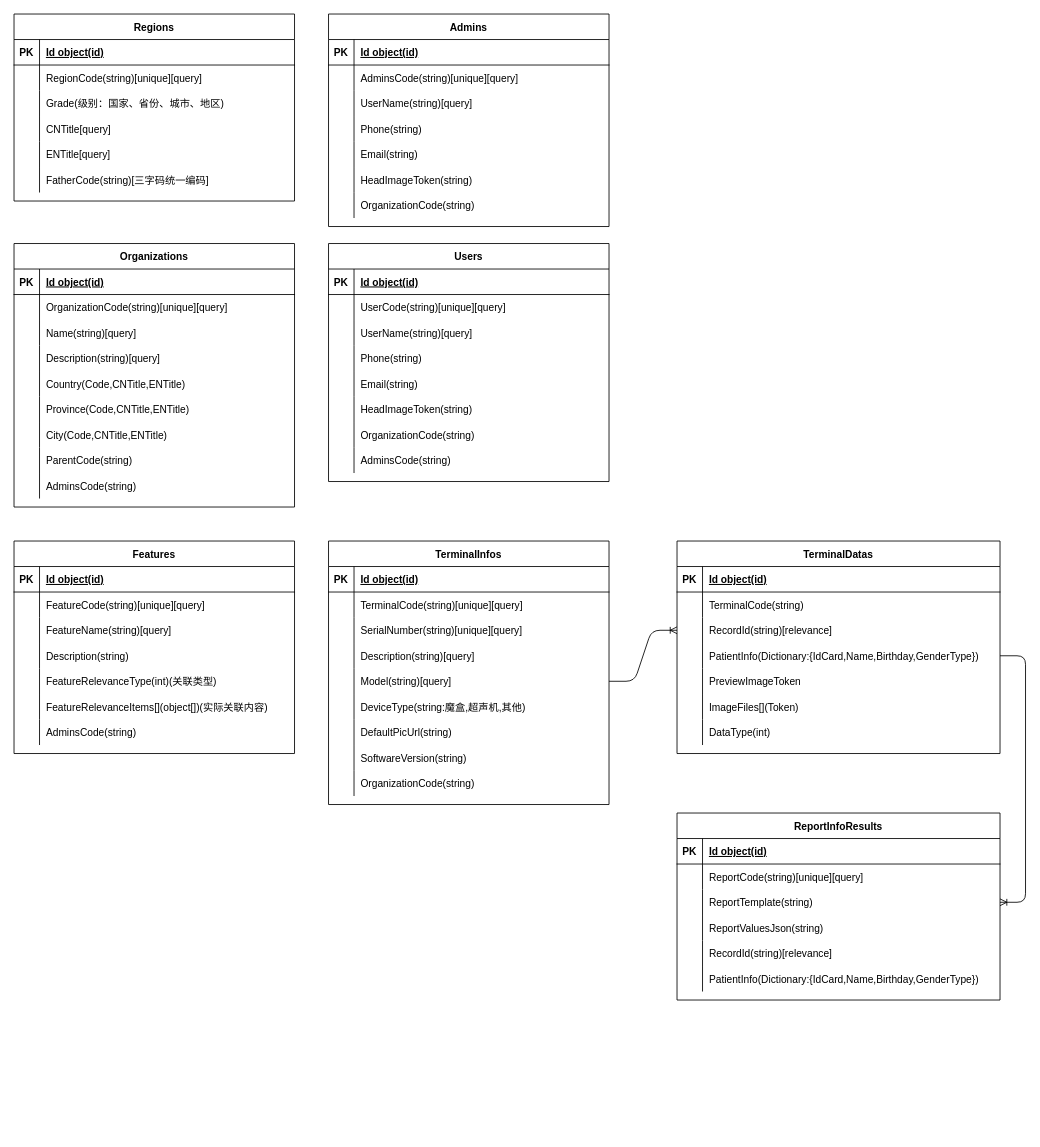
The draw.io diagram Untitled Diagram.drawio in qwb2013/Xamarin-iOSTips, before the edit. Source tidied: cells renumbered, new cells numbered last; positions are measured from the earlier drawing's top-left corner, leaving out a move shared by most shapes. Both pictures are drawn from the tidied source at 85%, with x=0, y=0 at pixel (14, 14).
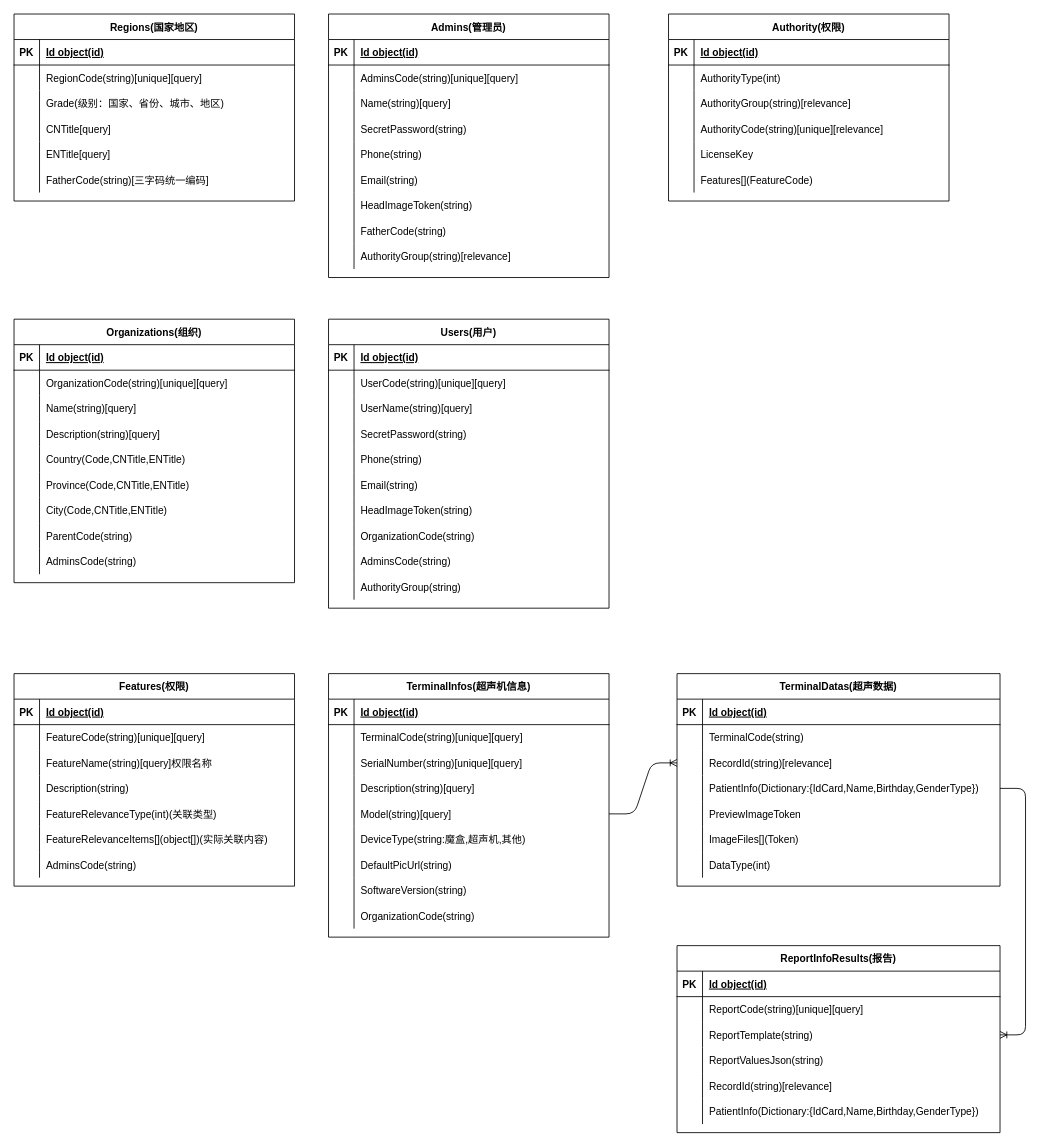
After the change.

The change refers to these unchanged cells:
```xml
<mxCell id="106" style="shape=partialRectangle;fillColor=none;top=0;left=0;right=0;bottom=0;" parent="99" vertex="1">
  <mxGeometry y="90" width="330" height="30" as="geometry" />
</mxCell>
<mxCell id="128" style="shape=partialRectangle;fillColor=none;top=0;left=0;right=0;bottom=0;" parent="121" vertex="1">
  <mxGeometry y="90" width="330" height="30" as="geometry" />
</mxCell>
```

What changed in the source:
```diff
@@
-    <mxCell id="2" value="TerminalInfos" style="shape=table;startSize=30;childLayout=tableLayout;rowLines=0;fontStyle=1;align=center;" parent="1" vertex="1">
-      <mxGeometry x="370" y="620" width="330" height="310" as="geometry" />
+    <mxCell id="2" value="TerminalInfos(超声机信息)" style="shape=table;startSize=30;childLayout=tableLayout;rowLines=0;fontStyle=1;align=center;" parent="1" vertex="1">
+      <mxGeometry x="370" y="776" width="330" height="310" as="geometry" />
     </mxCell>
@@
-    <mxCell id="30" value="Regions" style="shape=table;startSize=30;childLayout=tableLayout;rowLines=0;fontStyle=1;align=center;" parent="1" vertex="1">
+    <mxCell id="30" value="Regions(国家地区)" style="shape=table;startSize=30;childLayout=tableLayout;rowLines=0;fontStyle=1;align=center;" parent="1" vertex="1">
       <mxGeometry width="330" height="220" as="geometry" />
     </mxCell>
@@
-    <mxCell id="49" value="Organizations" style="shape=table;startSize=30;childLayout=tableLayout;rowLines=0;fontStyle=1;align=center;" parent="1" vertex="1">
-      <mxGeometry y="270" width="330" height="310" as="geometry" />
+    <mxCell id="49" value="Organizations(组织)" style="shape=table;startSize=30;childLayout=tableLayout;rowLines=0;fontStyle=1;align=center;" parent="1" vertex="1">
+      <mxGeometry y="359" width="330" height="310" as="geometry" />
     </mxCell>
@@
-    <mxCell id="77" value="TerminalDatas" style="shape=table;startSize=30;childLayout=tableLayout;rowLines=0;fontStyle=1;align=center;" parent="1" vertex="1">
-      <mxGeometry x="780" y="620" width="380" height="250" as="geometry" />
+    <mxCell id="77" value="TerminalDatas(超声数据)" style="shape=table;startSize=30;childLayout=tableLayout;rowLines=0;fontStyle=1;align=center;" parent="1" vertex="1">
+      <mxGeometry x="780" y="776" width="380" height="250" as="geometry" />
     </mxCell>
@@
-    <mxCell id="99" value="Admins" style="shape=table;startSize=30;childLayout=tableLayout;rowLines=0;fontStyle=1;align=center;" parent="1" vertex="1">
-      <mxGeometry x="370" width="330" height="250" as="geometry" />
+    <mxCell id="99" value="Admins(管理员)" style="shape=table;startSize=30;childLayout=tableLayout;rowLines=0;fontStyle=1;align=center;" parent="1" vertex="1">
+      <mxGeometry x="370" width="330" height="310" as="geometry" />
     </mxCell>
@@
-    <mxCell id="108" value="UserName(string)[query]" style="shape=partialRectangle;overflow=hidden;fillColor=none;top=0;left=0;bottom=0;right=0;align=left;spacingLeft=6;" parent="106" vertex="1">
+    <mxCell id="108" value="Name(string)[query]" style="shape=partialRectangle;overflow=hidden;fillColor=none;top=0;left=0;bottom=0;right=0;align=left;spacingLeft=6;" parent="106" vertex="1">
       <mxGeometry x="30" width="300" height="30" as="geometry" />
     </mxCell>
+    <mxCell id="189" style="shape=partialRectangle;fillColor=none;top=0;left=0;right=0;bottom=0;" parent="99" vertex="1">
+      <mxGeometry y="120" width="330" height="30" as="geometry" />
+    </mxCell>
+    <mxCell id="190" style="shape=partialRectangle;overflow=hidden;fillColor=none;top=0;left=0;bottom=0;right=0;" parent="189" vertex="1">
+      <mxGeometry width="30" height="30" as="geometry" />
+    </mxCell>
+    <mxCell id="191" value="SecretPassword(string)" style="shape=partialRectangle;overflow=hidden;fillColor=none;top=0;left=0;bottom=0;right=0;align=left;spacingLeft=6;" parent="189" vertex="1">
+      <mxGeometry x="30" width="300" height="30" as="geometry" />
+    </mxCell>
     <mxCell id="109" style="shape=partialRectangle;fillColor=none;top=0;left=0;right=0;bottom=0;" parent="99" vertex="1">
-      <mxGeometry y="120" width="330" height="30" as="geometry" />
+      <mxGeometry y="150" width="330" height="30" as="geometry" />
     </mxCell>
@@
     <mxCell id="112" style="shape=partialRectangle;fillColor=none;top=0;left=0;right=0;bottom=0;" parent="99" vertex="1">
-      <mxGeometry y="150" width="330" height="30" as="geometry" />
+      <mxGeometry y="180" width="330" height="30" as="geometry" />
     </mxCell>
@@
     <mxCell id="115" style="shape=partialRectangle;fillColor=none;top=0;left=0;right=0;bottom=0;" parent="99" vertex="1">
-      <mxGeometry y="180" width="330" height="30" as="geometry" />
+      <mxGeometry y="210" width="330" height="30" as="geometry" />
     </mxCell>
@@
     <mxCell id="118" style="shape=partialRectangle;fillColor=none;top=0;left=0;right=0;bottom=0;" parent="99" vertex="1">
-      <mxGeometry y="210" width="330" height="30" as="geometry" />
+      <mxGeometry y="240" width="330" height="30" as="geometry" />
     </mxCell>
@@
-    <mxCell id="120" value="OrganizationCode(string)" style="shape=partialRectangle;overflow=hidden;fillColor=none;top=0;left=0;bottom=0;right=0;align=left;spacingLeft=6;" parent="118" vertex="1">
+    <mxCell id="120" value="FatherCode(string)" style="shape=partialRectangle;overflow=hidden;fillColor=none;top=0;left=0;bottom=0;right=0;align=left;spacingLeft=6;" parent="118" vertex="1">
       <mxGeometry x="30" width="300" height="30" as="geometry" />
     </mxCell>
+    <mxCell id="192" style="shape=partialRectangle;fillColor=none;top=0;left=0;right=0;bottom=0;" parent="99" vertex="1">
+      <mxGeometry y="270" width="330" height="30" as="geometry" />
+    </mxCell>
+    <mxCell id="193" style="shape=partialRectangle;overflow=hidden;fillColor=none;top=0;left=0;bottom=0;right=0;" parent="192" vertex="1">
+      <mxGeometry width="30" height="30" as="geometry" />
+    </mxCell>
+    <mxCell id="194" value="AuthorityGroup(string)[relevance]" style="shape=partialRectangle;overflow=hidden;fillColor=none;top=0;left=0;bottom=0;right=0;align=left;spacingLeft=6;" parent="192" vertex="1">
+      <mxGeometry x="30" width="300" height="30" as="geometry" />
+    </mxCell>
-    <mxCell id="121" value="Features" style="shape=table;startSize=30;childLayout=tableLayout;rowLines=0;fontStyle=1;align=center;" parent="1" vertex="1">
-      <mxGeometry y="620" width="330" height="250" as="geometry" />
+    <mxCell id="121" value="Features(权限)" style="shape=table;startSize=30;childLayout=tableLayout;rowLines=0;fontStyle=1;align=center;" parent="1" vertex="1">
+      <mxGeometry y="776" width="330" height="250" as="geometry" />
     </mxCell>
@@
-    <mxCell id="130" value="FeatureName(string)[query]" style="shape=partialRectangle;overflow=hidden;fillColor=none;top=0;left=0;bottom=0;right=0;align=left;spacingLeft=6;" parent="128" vertex="1">
+    <mxCell id="130" value="FeatureName(string)[query]权限名称" style="shape=partialRectangle;overflow=hidden;fillColor=none;top=0;left=0;bottom=0;right=0;align=left;spacingLeft=6;" parent="128" vertex="1">
       <mxGeometry x="30" width="300" height="30" as="geometry" />
     </mxCell>
@@
-    <mxCell id="143" value="ReportInfoResults" style="shape=table;startSize=30;childLayout=tableLayout;rowLines=0;fontStyle=1;align=center;" parent="1" vertex="1">
-      <mxGeometry x="780" y="940" width="380" height="220" as="geometry" />
+    <mxCell id="143" value="ReportInfoResults(报告)" style="shape=table;startSize=30;childLayout=tableLayout;rowLines=0;fontStyle=1;align=center;" parent="1" vertex="1">
+      <mxGeometry x="780" y="1096" width="380" height="220" as="geometry" />
     </mxCell>
@@
-    <mxCell id="162" value="Users" style="shape=table;startSize=30;childLayout=tableLayout;rowLines=0;fontStyle=1;align=center;" parent="1" vertex="1">
-      <mxGeometry x="370" y="270" width="330" height="280" as="geometry" />
+    <mxCell id="162" value="Users(用户)" style="shape=table;startSize=30;childLayout=tableLayout;rowLines=0;fontStyle=1;align=center;" parent="1" vertex="1">
+      <mxGeometry x="370" y="359" width="330" height="340" as="geometry" />
     </mxCell>
@@
+    <mxCell id="195" style="shape=partialRectangle;fillColor=none;top=0;left=0;right=0;bottom=0;" parent="162" vertex="1">
+      <mxGeometry y="120" width="330" height="30" as="geometry" />
+    </mxCell>
+    <mxCell id="196" style="shape=partialRectangle;overflow=hidden;fillColor=none;top=0;left=0;bottom=0;right=0;" parent="195" vertex="1">
+      <mxGeometry width="30" height="30" as="geometry" />
+    </mxCell>
+    <mxCell id="197" value="SecretPassword(string)" style="shape=partialRectangle;overflow=hidden;fillColor=none;top=0;left=0;bottom=0;right=0;align=left;spacingLeft=6;" parent="195" vertex="1">
+      <mxGeometry x="30" width="300" height="30" as="geometry" />
+    </mxCell>
     <mxCell id="172" style="shape=partialRectangle;fillColor=none;top=0;left=0;right=0;bottom=0;" parent="162" vertex="1">
-      <mxGeometry y="120" width="330" height="30" as="geometry" />
+      <mxGeometry y="150" width="330" height="30" as="geometry" />
     </mxCell>
@@
     <mxCell id="175" style="shape=partialRectangle;fillColor=none;top=0;left=0;right=0;bottom=0;" parent="162" vertex="1">
-      <mxGeometry y="150" width="330" height="30" as="geometry" />
+      <mxGeometry y="180" width="330" height="30" as="geometry" />
     </mxCell>
@@
     <mxCell id="178" style="shape=partialRectangle;fillColor=none;top=0;left=0;right=0;bottom=0;" parent="162" vertex="1">
-      <mxGeometry y="180" width="330" height="30" as="geometry" />
+      <mxGeometry y="210" width="330" height="30" as="geometry" />
     </mxCell>
@@
     <mxCell id="181" style="shape=partialRectangle;fillColor=none;top=0;left=0;right=0;bottom=0;" parent="162" vertex="1">
-      <mxGeometry y="210" width="330" height="30" as="geometry" />
+      <mxGeometry y="240" width="330" height="30" as="geometry" />
     </mxCell>
@@
     <mxCell id="184" style="shape=partialRectangle;fillColor=none;top=0;left=0;right=0;bottom=0;" parent="162" vertex="1">
-      <mxGeometry y="240" width="330" height="30" as="geometry" />
+      <mxGeometry y="270" width="330" height="30" as="geometry" />
     </mxCell>
@@
+    <mxCell id="198" style="shape=partialRectangle;fillColor=none;top=0;left=0;right=0;bottom=0;" parent="162" vertex="1">
+      <mxGeometry y="300" width="330" height="30" as="geometry" />
+    </mxCell>
+    <mxCell id="199" style="shape=partialRectangle;overflow=hidden;fillColor=none;top=0;left=0;bottom=0;right=0;" parent="198" vertex="1">
+      <mxGeometry width="30" height="30" as="geometry" />
+    </mxCell>
+    <mxCell id="200" value="AuthorityGroup(string)" style="shape=partialRectangle;overflow=hidden;fillColor=none;top=0;left=0;bottom=0;right=0;align=left;spacingLeft=6;" parent="198" vertex="1">
+      <mxGeometry x="30" width="300" height="30" as="geometry" />
+    </mxCell>
@@
+    <mxCell id="201" value="Authority(权限)" style="shape=table;startSize=30;childLayout=tableLayout;rowLines=0;fontStyle=1;align=center;" parent="1" vertex="1">
+      <mxGeometry x="770" width="330" height="220" as="geometry" />
+    </mxCell>
+    <mxCell id="202" style="shape=partialRectangle;fillColor=none;top=0;left=0;right=0;bottom=1;" parent="201" vertex="1">
+      <mxGeometry y="30" width="330" height="30" as="geometry" />
+    </mxCell>
+    <mxCell id="203" value="PK" style="shape=partialRectangle;overflow=hidden;fillColor=none;top=0;left=0;bottom=0;right=0;fontStyle=1;" parent="202" vertex="1">
+      <mxGeometry width="30" height="30" as="geometry" />
+    </mxCell>
+    <mxCell id="204" value="Id object(id)" style="shape=partialRectangle;overflow=hidden;fillColor=none;top=0;left=0;bottom=0;right=0;align=left;spacingLeft=6;fontStyle=5;" parent="202" vertex="1">
+      <mxGeometry x="30" width="300" height="30" as="geometry" />
+    </mxCell>
+    <mxCell id="205" style="shape=partialRectangle;fillColor=none;top=0;left=0;right=0;bottom=0;" parent="201" vertex="1">
+      <mxGeometry y="60" width="330" height="30" as="geometry" />
+    </mxCell>
+    <mxCell id="206" style="shape=partialRectangle;overflow=hidden;fillColor=none;top=0;left=0;bottom=0;right=0;" parent="205" vertex="1">
+      <mxGeometry width="30" height="30" as="geometry" />
+    </mxCell>
+    <mxCell id="207" value="AuthorityType(int)" style="shape=partialRectangle;overflow=hidden;fillColor=none;top=0;left=0;bottom=0;right=0;align=left;spacingLeft=6;" parent="205" vertex="1">
+      <mxGeometry x="30" width="300" height="30" as="geometry" />
+    </mxCell>
+    <mxCell id="208" style="shape=partialRectangle;fillColor=none;top=0;left=0;right=0;bottom=0;" parent="201" vertex="1">
+      <mxGeometry y="90" width="330" height="30" as="geometry" />
+    </mxCell>
+    <mxCell id="209" style="shape=partialRectangle;overflow=hidden;fillColor=none;top=0;left=0;bottom=0;right=0;" parent="208" vertex="1">
+      <mxGeometry width="30" height="30" as="geometry" />
+    </mxCell>
+    <mxCell id="210" value="AuthorityGroup(string)[relevance]" style="shape=partialRectangle;overflow=hidden;fillColor=none;top=0;left=0;bottom=0;right=0;align=left;spacingLeft=6;" parent="208" vertex="1">
+      <mxGeometry x="30" width="300" height="30" as="geometry" />
+    </mxCell>
+    <mxCell id="211" style="shape=partialRectangle;fillColor=none;top=0;left=0;right=0;bottom=0;" parent="201" vertex="1">
+      <mxGeometry y="120" width="330" height="30" as="geometry" />
+    </mxCell>
+    <mxCell id="212" style="shape=partialRectangle;overflow=hidden;fillColor=none;top=0;left=0;bottom=0;right=0;" parent="211" vertex="1">
+      <mxGeometry width="30" height="30" as="geometry" />
+    </mxCell>
+    <mxCell id="213" value="AuthorityCode(string)[unique][relevance]" style="shape=partialRectangle;overflow=hidden;fillColor=none;top=0;left=0;bottom=0;right=0;align=left;spacingLeft=6;" parent="211" vertex="1">
+      <mxGeometry x="30" width="300" height="30" as="geometry" />
+    </mxCell>
+    <mxCell id="214" style="shape=partialRectangle;fillColor=none;top=0;left=0;right=0;bottom=0;" parent="201" vertex="1">
+      <mxGeometry y="150" width="330" height="30" as="geometry" />
+    </mxCell>
+    <mxCell id="215" style="shape=partialRectangle;overflow=hidden;fillColor=none;top=0;left=0;bottom=0;right=0;" parent="214" vertex="1">
+      <mxGeometry width="30" height="30" as="geometry" />
+    </mxCell>
+    <mxCell id="216" value="LicenseKey" style="shape=partialRectangle;overflow=hidden;fillColor=none;top=0;left=0;bottom=0;right=0;align=left;spacingLeft=6;" parent="214" vertex="1">
+      <mxGeometry x="30" width="300" height="30" as="geometry" />
+    </mxCell>
+    <mxCell id="217" style="shape=partialRectangle;fillColor=none;top=0;left=0;right=0;bottom=0;" parent="201" vertex="1">
+      <mxGeometry y="180" width="330" height="30" as="geometry" />
+    </mxCell>
+    <mxCell id="218" style="shape=partialRectangle;overflow=hidden;fillColor=none;top=0;left=0;bottom=0;right=0;" parent="217" vertex="1">
+      <mxGeometry width="30" height="30" as="geometry" />
+    </mxCell>
+    <mxCell id="219" value="Features[](FeatureCode)" style="shape=partialRectangle;overflow=hidden;fillColor=none;top=0;left=0;bottom=0;right=0;align=left;spacingLeft=6;" parent="217" vertex="1">
+      <mxGeometry x="30" width="300" height="30" as="geometry" />
+    </mxCell>
```
